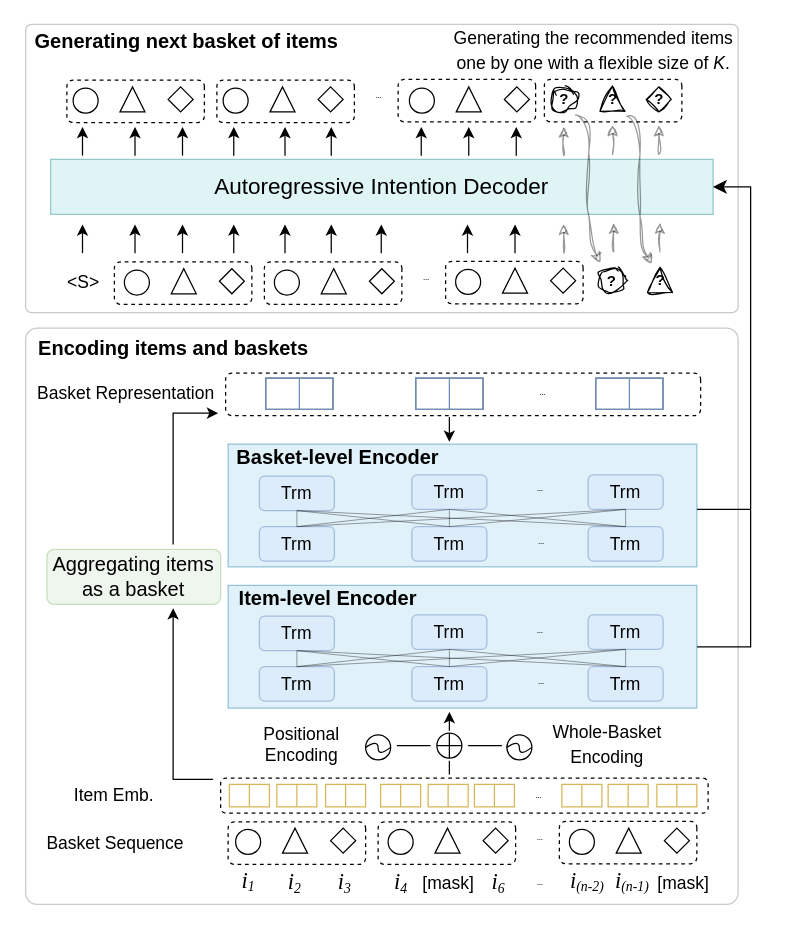
This is architecture.drawio from wenqisun/data, a draw.io file, before an edit. Source tidied: cells renumbered, new cells numbered last; positions are measured from the earlier drawing's top-left corner, leaving out a move shared by most shapes. Both pictures are drawn from the tidied source at 125%, with x=0, y=0 at pixel (21, 21).
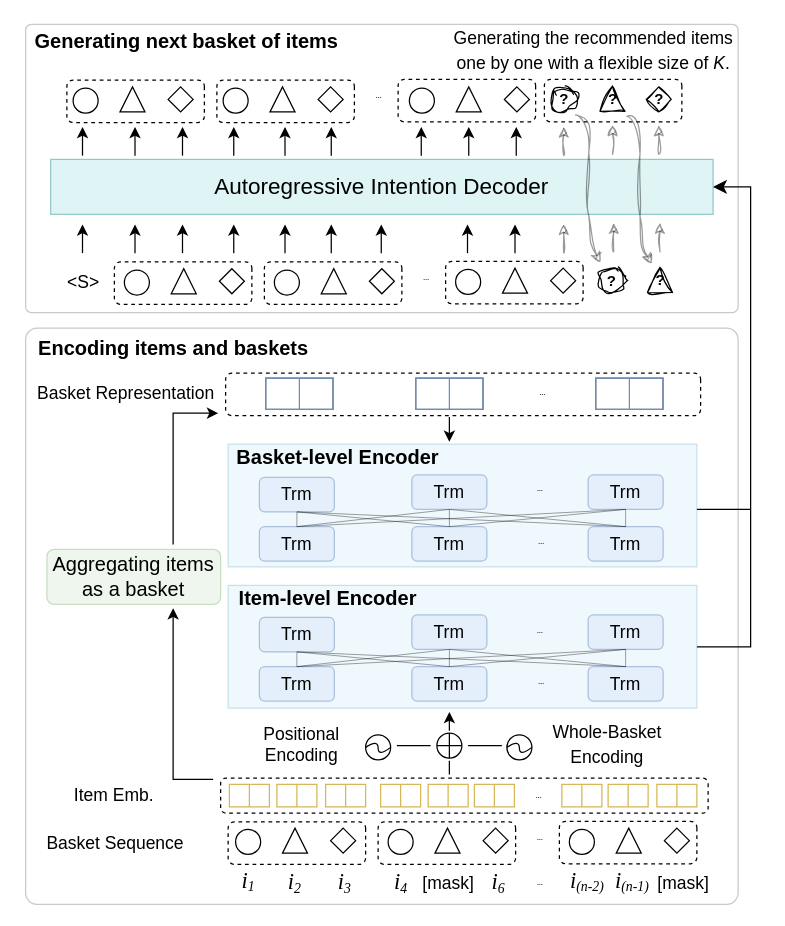
After the change.

Unchanged cells that the change refers to:
```xml
<mxCell id="73" style="group;opacity=40;" parent="1" vertex="1">
  <mxGeometry x="164" y="332" width="376" height="116" as="geometry" />
</mxCell>
<mxCell id="76" style="group;" parent="1" vertex="1">
  <mxGeometry x="164" y="445" width="376" height="116" as="geometry" />
</mxCell>
```

Change to the diagram source:
```diff
@@
-    <mxCell id="74" style="rounded=0;whiteSpace=wrap;html=1;fillColor=#b1ddf0;strokeColor=#10739e;opacity=40;" parent="73" vertex="1">
+    <mxCell id="74" style="rounded=0;whiteSpace=wrap;html=1;fillColor=#b1ddf0;strokeColor=#10739e;opacity=20;" parent="73" vertex="1">
       <mxGeometry x="1" y="5.8" width="375" height="98.2" as="geometry" />
     </mxCell>
@@
-    <mxCell id="77" style="rounded=0;whiteSpace=wrap;html=1;fillColor=#b1ddf0;strokeColor=#10739e;opacity=40;" parent="76" vertex="1">
+    <mxCell id="77" style="rounded=0;whiteSpace=wrap;html=1;fillColor=#b1ddf0;strokeColor=#10739e;opacity=20;" parent="76" vertex="1">
       <mxGeometry x="1" y="5.8" width="375" height="98.2" as="geometry" />
     </mxCell>
     <mxCell id="78" value="&lt;font style=&quot;font-size: 14px;&quot;&gt;Trm&lt;/font&gt;" style="rounded=1;whiteSpace=wrap;html=1;fillColor=#dae8fc;strokeColor=#6c8ebf;gradientColor=none;opacity=50;" parent="76" vertex="1">
-      <mxGeometry x="26" y="30.4" width="60" height="27.6" as="geometry" />
+      <mxGeometry x="26" y="31.4" width="60" height="27.6" as="geometry" />
     </mxCell>
@@
     <mxCell id="179" value="&lt;font style=&quot;font-size: 14px;&quot;&gt;Trm&lt;/font&gt;" style="rounded=1;whiteSpace=wrap;html=1;fillColor=#dae8fc;strokeColor=#6c8ebf;gradientColor=none;opacity=50;" parent="1" vertex="1">
-      <mxGeometry x="190" y="363.4" width="60" height="27.6" as="geometry" />
+      <mxGeometry x="190" y="364.4" width="60" height="27.6" as="geometry" />
     </mxCell>
```
